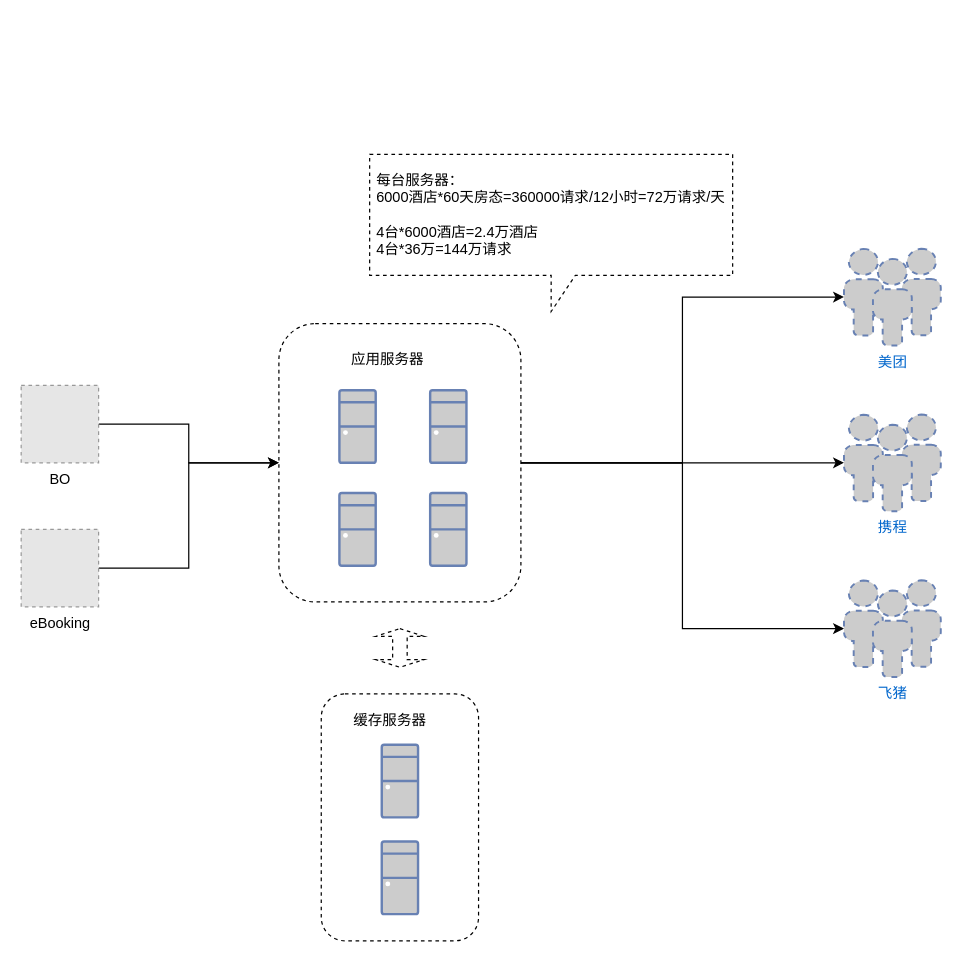
The draw.io diagram page "第 3 页" (3 of 3) of drawio/酒店-美团.drawio in weiwen111/diagram, before the edit. Source tidied: cells renumbered, new cells numbered last; positions are measured from the earlier drawing's top-left corner, leaving out a move shared by most shapes. Both pictures are drawn from the tidied source at 121%, with x=0, y=0 at pixel (21, 154). Pictures stored in the file or linked from it are replaced by grey dashed boxes.
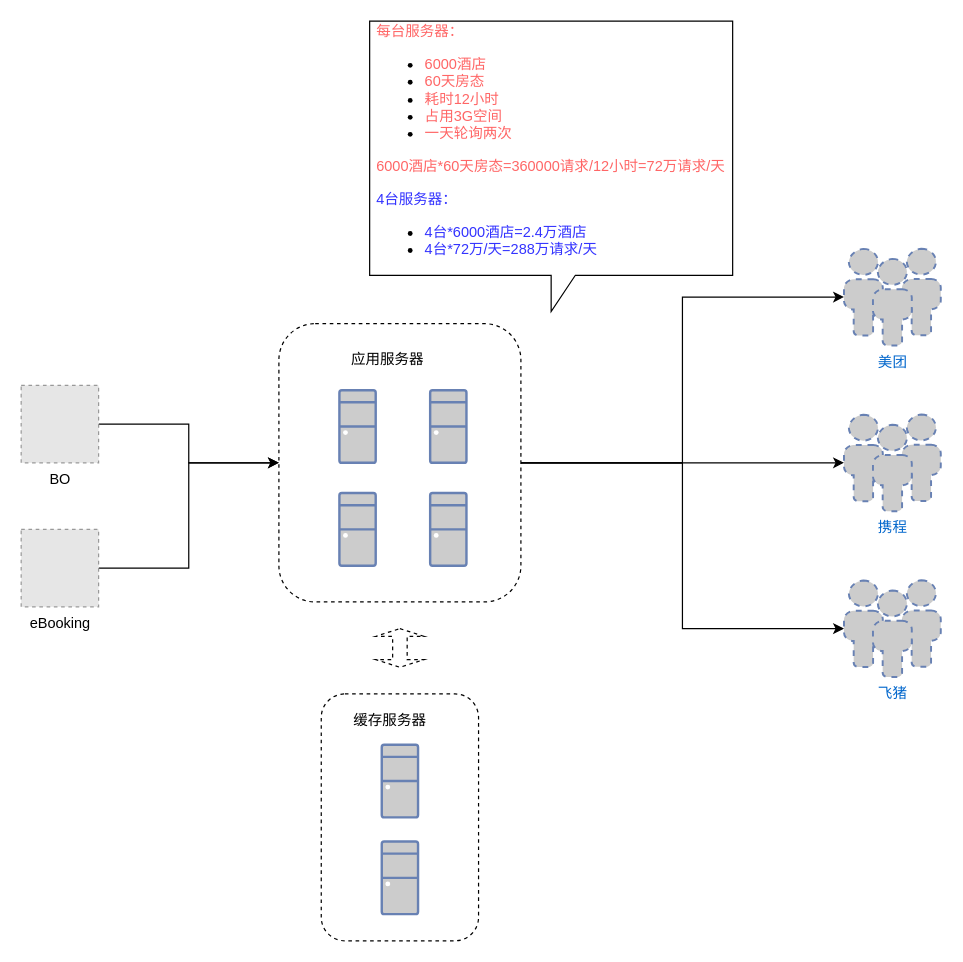
After the change.

Commit message:
更新酒店-美团.drawio

What changed in the source:
```diff
@@
-    <mxCell id="18" value="&lt;div style=&quot;text-align: left&quot;&gt;&lt;span&gt;每台服务器：&lt;/span&gt;&lt;/div&gt;&lt;div style=&quot;text-align: left&quot;&gt;&lt;span&gt;6000酒店*60天房态=360000请求/12小时=72万请求/天&lt;/span&gt;&lt;/div&gt;&lt;div style=&quot;text-align: left&quot;&gt;&lt;span&gt;&lt;br&gt;&lt;/span&gt;&lt;/div&gt;&lt;div style=&quot;text-align: left&quot;&gt;&lt;span&gt;4台*6000酒店=2.4万酒店&lt;/span&gt;&lt;/div&gt;&lt;div style=&quot;text-align: left&quot;&gt;&lt;span&gt;4台*36万=144万请求&lt;/span&gt;&lt;/div&gt;&lt;div style=&quot;text-align: left&quot;&gt;&lt;/div&gt;" style="shape=callout;whiteSpace=wrap;html=1;perimeter=calloutPerimeter;dashed=1;" parent="1" vertex="1">
-      <mxGeometry x="288" width="300" height="130" as="geometry" />
+    <mxCell id="18" value="&lt;div style=&quot;text-align: left&quot;&gt;&lt;span&gt;&lt;font color=&quot;#ff6666&quot;&gt;每台服务器：&lt;/font&gt;&lt;/span&gt;&lt;/div&gt;&lt;div style=&quot;text-align: left&quot;&gt;&lt;ul&gt;&lt;li&gt;&lt;span&gt;&lt;font color=&quot;#ff6666&quot;&gt;6000酒店&lt;/font&gt;&lt;/span&gt;&lt;/li&gt;&lt;li&gt;&lt;span&gt;&lt;font color=&quot;#ff6666&quot;&gt;60天房态&lt;/font&gt;&lt;/span&gt;&lt;/li&gt;&lt;li&gt;&lt;span&gt;&lt;font color=&quot;#ff6666&quot;&gt;耗时12小时&lt;/font&gt;&lt;/span&gt;&lt;/li&gt;&lt;li&gt;&lt;span&gt;&lt;font color=&quot;#ff6666&quot;&gt;占用3G空间&lt;/font&gt;&lt;/span&gt;&lt;/li&gt;&lt;li&gt;&lt;span&gt;&lt;font color=&quot;#ff6666&quot;&gt;一天轮询两次&lt;/font&gt;&lt;/span&gt;&lt;/li&gt;&lt;/ul&gt;&lt;/div&gt;&lt;div style=&quot;text-align: left&quot;&gt;&lt;span&gt;&lt;font color=&quot;#ff6666&quot;&gt;6000酒店*60天房态=360000请求/12小时=72万请求/天&lt;/font&gt;&lt;/span&gt;&lt;/div&gt;&lt;div style=&quot;text-align: left&quot;&gt;&lt;span&gt;&lt;br&gt;&lt;/span&gt;&lt;/div&gt;&lt;div style=&quot;text-align: left&quot;&gt;&lt;span&gt;&lt;font color=&quot;#3333ff&quot;&gt;4台服务器：&lt;/font&gt;&lt;/span&gt;&lt;/div&gt;&lt;div style=&quot;text-align: left&quot;&gt;&lt;ul&gt;&lt;li&gt;&lt;span&gt;&lt;font color=&quot;#3333ff&quot;&gt;4台*6000酒店=2.4万酒店&lt;/font&gt;&lt;/span&gt;&lt;/li&gt;&lt;li&gt;&lt;span&gt;&lt;font color=&quot;#3333ff&quot;&gt;4台*72万/天=288万请求/天&lt;/font&gt;&lt;/span&gt;&lt;/li&gt;&lt;/ul&gt;&lt;/div&gt;&lt;div style=&quot;text-align: left&quot;&gt;&lt;/div&gt;" style="shape=callout;whiteSpace=wrap;html=1;perimeter=calloutPerimeter;" parent="1" vertex="1">
+      <mxGeometry x="288" y="-110" width="300" height="240" as="geometry" />
     </mxCell>
```
